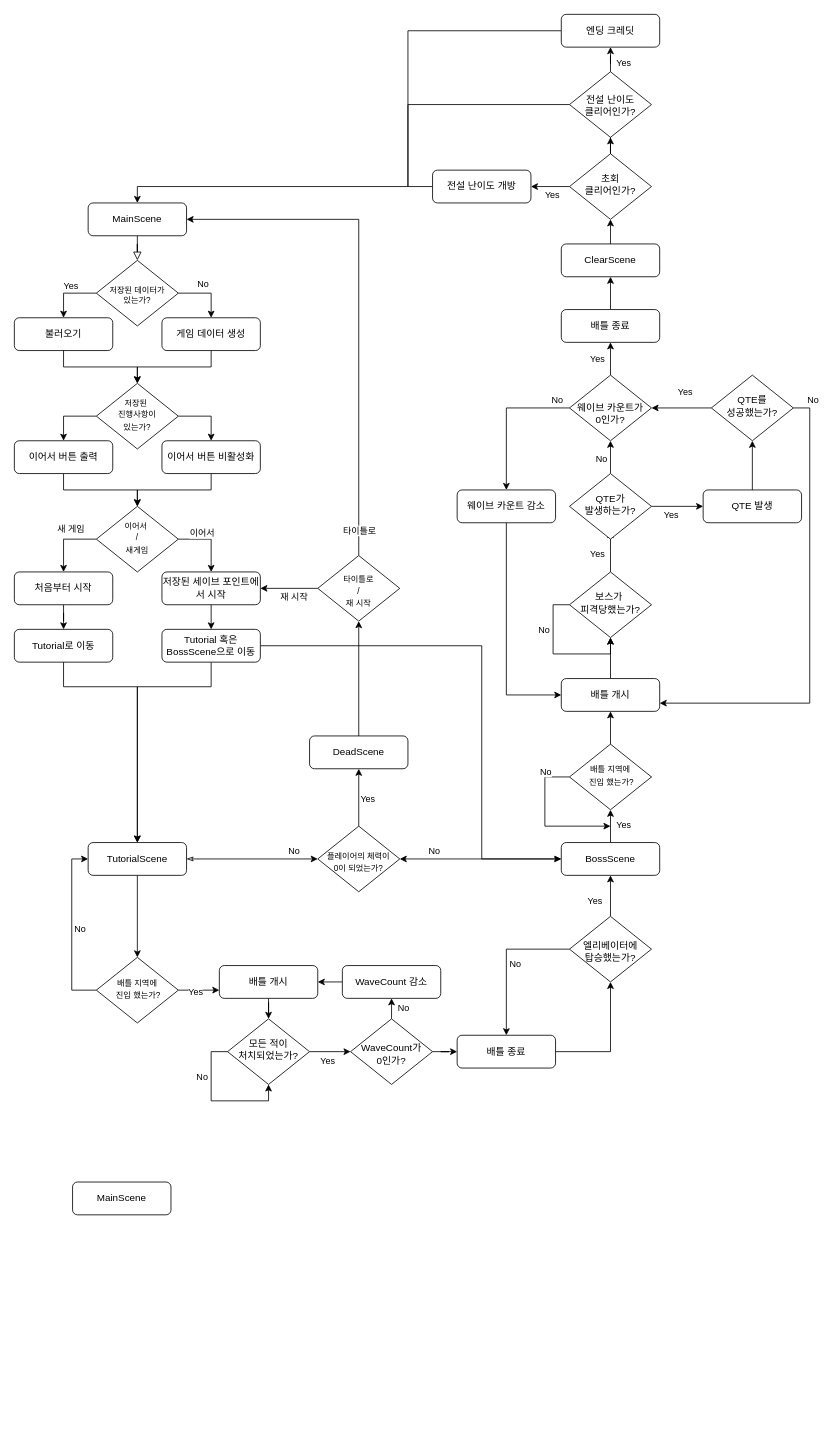
This is FlowChart_SANABI.drawio from FavorKim/Unity2D_ProjectS, a draw.io file, before an edit. Source tidied: cells renumbered, new cells numbered last; positions are measured from the earlier drawing's top-left corner, leaving out a move shared by most shapes. Both pictures are drawn from the tidied source at 82%, with x=0, y=0 at pixel (14, 14).
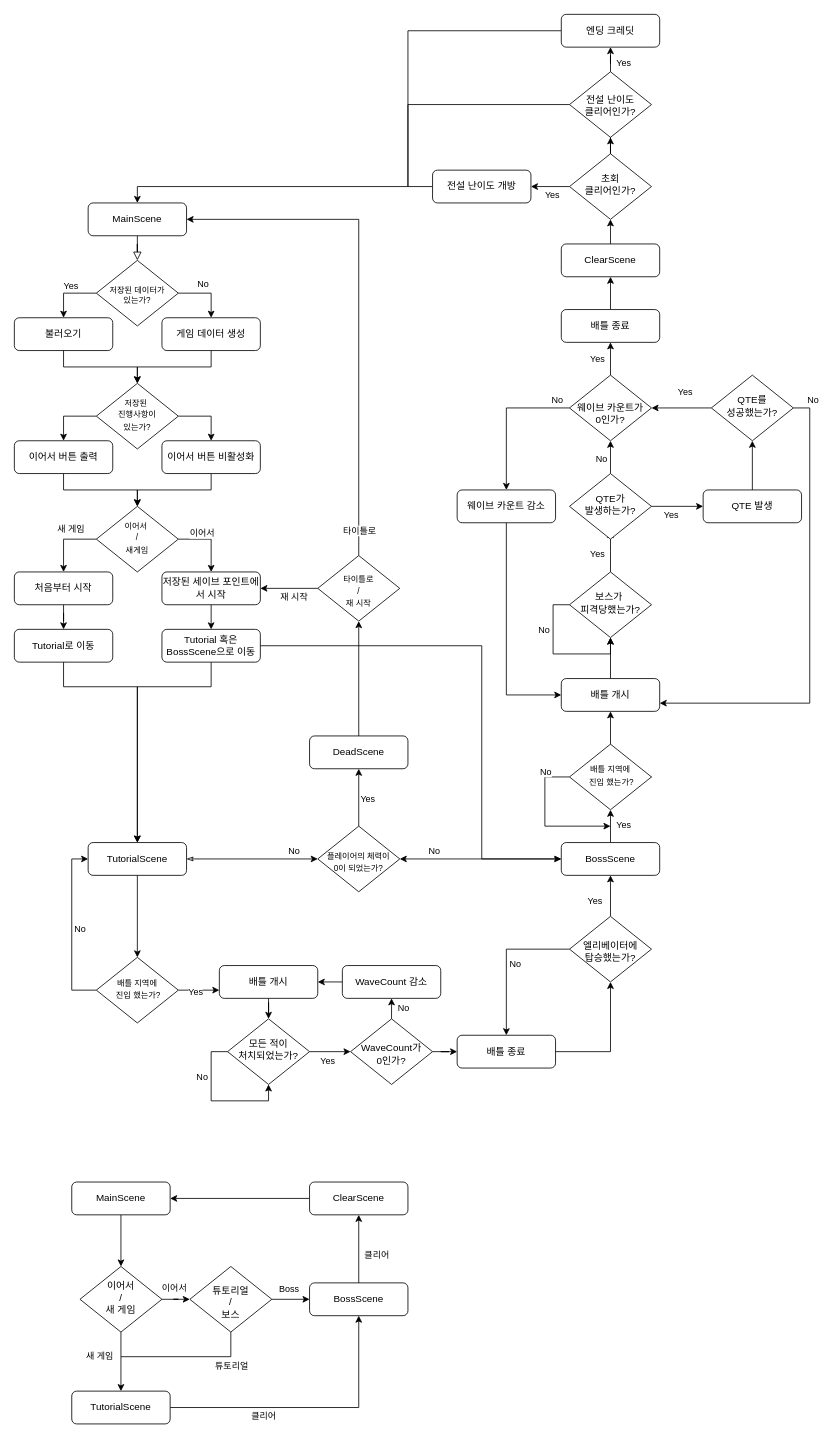
The same page after the edit.

Change to the diagram source:
```diff
@@
+    <mxCell id="126" style="edgeStyle=orthogonalEdgeStyle;rounded=0;jettySize=auto;html=1;exitX=0.5;exitY=1;exitDx=0;exitDy=0;entryX=0.5;entryY=0;entryDx=0;entryDy=0;" parent="1" edge="1" source="125" target="131">
+      <mxGeometry relative="1" as="geometry" />
+    </mxCell>
     <mxCell id="125" value="MainScene" style="rounded=1;whiteSpace=wrap;html=1;fontSize=12;glass=0;strokeWidth=1;shadow=0;" parent="1" vertex="1">
-      <mxGeometry x="71" y="1424" width="120" height="40" as="geometry" />
+      <mxGeometry x="70" y="1424" width="120" height="40" as="geometry" />
     </mxCell>
+    <mxCell id="127" style="edgeStyle=orthogonalEdgeStyle;rounded=0;jettySize=auto;html=1;" parent="1" edge="1" source="131" target="134">
+      <mxGeometry relative="1" as="geometry" />
+    </mxCell>
+    <mxCell id="128" value="새 게임" style="edgeLabel;html=1;align=center;verticalAlign=middle;" parent="127" vertex="1">
+      <mxGeometry x="-0.45" y="3" relative="1" as="geometry">
+        <mxPoint x="-30" y="8" as="offset" />
+      </mxGeometry>
+    </mxCell>
+    <mxCell id="129" style="edgeStyle=orthogonalEdgeStyle;rounded=0;jettySize=auto;html=1;entryX=0;entryY=0.5;entryDx=0;entryDy=0;" parent="1" edge="1" source="131" target="137">
+      <mxGeometry relative="1" as="geometry" />
+    </mxCell>
+    <mxCell id="130" value="이어서" style="edgeLabel;html=1;align=center;verticalAlign=middle;" parent="129" vertex="1">
+      <mxGeometry x="0.14" relative="1" as="geometry">
+        <mxPoint y="-15" as="offset" />
+      </mxGeometry>
+    </mxCell>
+    <mxCell id="131" value="이어서&lt;div&gt;/&lt;/div&gt;&lt;div&gt;새 게임&lt;/div&gt;" style="rhombus;whiteSpace=wrap;html=1;shadow=0;fontFamily=Helvetica;fontSize=12;align=center;strokeWidth=1;spacing=6;spacingTop=-4;verticalAlign=middle;horizontal=1;labelPosition=center;verticalLabelPosition=middle;" parent="1" vertex="1">
+      <mxGeometry x="80" y="1527" width="100" height="80" as="geometry" />
+    </mxCell>
+    <mxCell id="132" style="edgeStyle=orthogonalEdgeStyle;rounded=0;jettySize=auto;html=1;entryX=0.5;entryY=1;entryDx=0;entryDy=0;" parent="1" edge="1" source="134" target="142">
+      <mxGeometry relative="1" as="geometry" />
+    </mxCell>
+    <mxCell id="133" value="클리어" style="edgeLabel;html=1;align=center;verticalAlign=middle;" parent="132" vertex="1">
+      <mxGeometry x="-0.28" y="-2" relative="1" as="geometry">
+        <mxPoint x="-10" y="8" as="offset" />
+      </mxGeometry>
+    </mxCell>
+    <mxCell id="134" value="TutorialScene" style="rounded=1;whiteSpace=wrap;html=1;fontSize=12;glass=0;strokeWidth=1;shadow=0;" parent="1" vertex="1">
+      <mxGeometry x="70" y="1679" width="120" height="40" as="geometry" />
+    </mxCell>
+    <mxCell id="135" style="edgeStyle=orthogonalEdgeStyle;rounded=0;jettySize=auto;html=1;entryX=0;entryY=0.5;entryDx=0;entryDy=0;" parent="1" edge="1" source="137" target="142">
+      <mxGeometry relative="1" as="geometry" />
+    </mxCell>
+    <mxCell id="136" value="Boss" style="edgeLabel;html=1;align=center;verticalAlign=middle;" parent="135" vertex="1">
+      <mxGeometry x="0.27" y="1" relative="1" as="geometry">
+        <mxPoint x="-9" y="-12" as="offset" />
+      </mxGeometry>
+    </mxCell>
+    <mxCell id="137" value="튜토리얼&lt;div&gt;/&lt;br&gt;&lt;div&gt;보스&lt;/div&gt;&lt;/div&gt;" style="rhombus;whiteSpace=wrap;html=1;shadow=0;fontFamily=Helvetica;fontSize=12;align=center;strokeWidth=1;spacing=6;spacingTop=8;verticalAlign=middle;horizontal=1;labelPosition=center;verticalLabelPosition=middle;" parent="1" vertex="1">
+      <mxGeometry x="214" y="1527" width="100" height="80" as="geometry" />
+    </mxCell>
+    <mxCell id="138" style="endArrow=none;html=1;rounded=0;entryX=0.5;entryY=1;entryDx=0;entryDy=0;" parent="1" edge="1" target="137">
+      <mxGeometry relative="1" as="geometry">
+        <mxPoint x="130" y="1637" as="sourcePoint" />
+        <Array as="points">
+          <mxPoint x="264" y="1637" />
+        </Array>
+      </mxGeometry>
+    </mxCell>
+    <mxCell id="139" value="튜토리얼" style="edgeLabel;html=1;align=center;verticalAlign=middle;" parent="138" vertex="1">
+      <mxGeometry x="0.88" y="-2" relative="1" as="geometry">
+        <mxPoint x="-2" y="30" as="offset" />
+      </mxGeometry>
+    </mxCell>
+    <mxCell id="140" style="edgeStyle=orthogonalEdgeStyle;rounded=0;jettySize=auto;html=1;" parent="1" edge="1" source="142" target="144">
+      <mxGeometry relative="1" as="geometry" />
+    </mxCell>
+    <mxCell id="141" value="클리어" style="edgeLabel;html=1;align=center;verticalAlign=middle;" parent="140" vertex="1">
+      <mxGeometry x="-0.17" y="-4" relative="1" as="geometry">
+        <mxPoint x="17" y="-1" as="offset" />
+      </mxGeometry>
+    </mxCell>
+    <mxCell id="142" value="BossScene" style="rounded=1;whiteSpace=wrap;html=1;fontSize=12;glass=0;strokeWidth=1;shadow=0;" parent="1" vertex="1">
+      <mxGeometry x="360" y="1547" width="120" height="40" as="geometry" />
+    </mxCell>
+    <mxCell id="143" style="edgeStyle=orthogonalEdgeStyle;rounded=0;jettySize=auto;html=1;" parent="1" edge="1" source="144" target="125">
+      <mxGeometry relative="1" as="geometry" />
+    </mxCell>
+    <mxCell id="144" value="ClearScene" style="rounded=1;whiteSpace=wrap;html=1;fontSize=12;glass=0;strokeWidth=1;shadow=0;" parent="1" vertex="1">
+      <mxGeometry x="360" y="1424" width="120" height="40" as="geometry" />
+    </mxCell>
```
